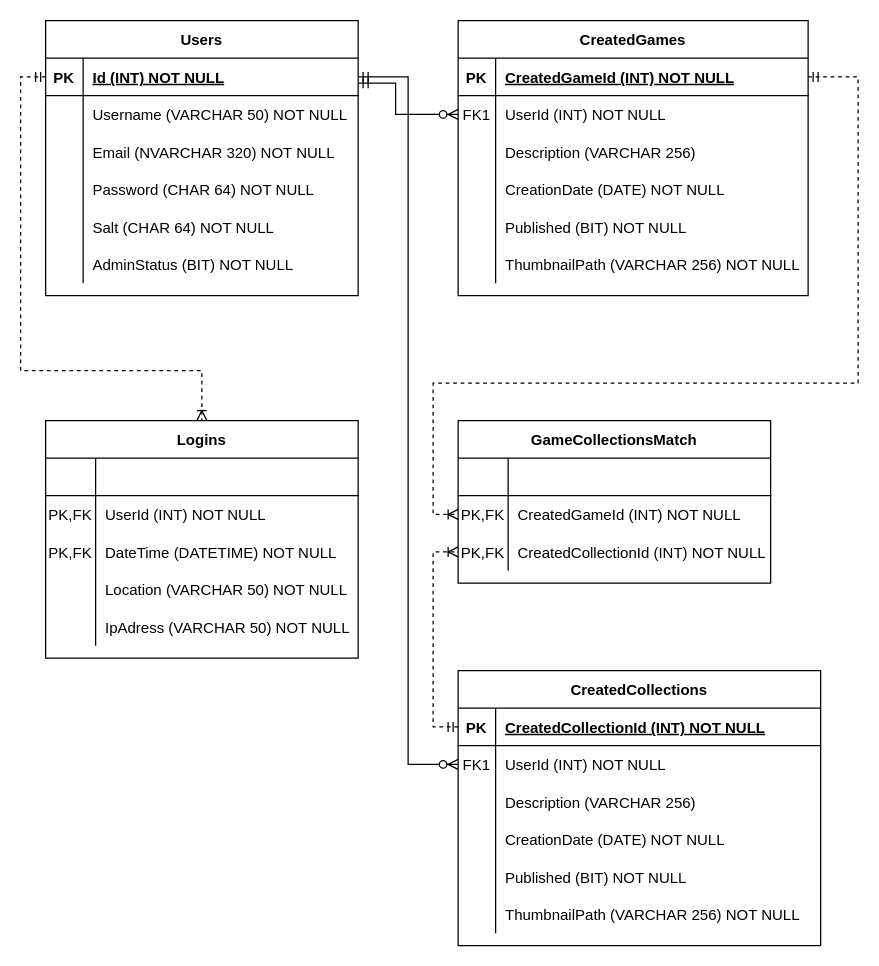
Above: HackCheck Documentatie/Designs/ERD HackCheck.drawio in Crafter2000x/Hack-Check (draw.io), before the change. Source tidied: cells renumbered, new cells numbered last; positions are measured from the earlier drawing's top-left corner, leaving out a move shared by most shapes. Both pictures are drawn from the tidied source at 125%, with x=0, y=0 at pixel (20, 20).
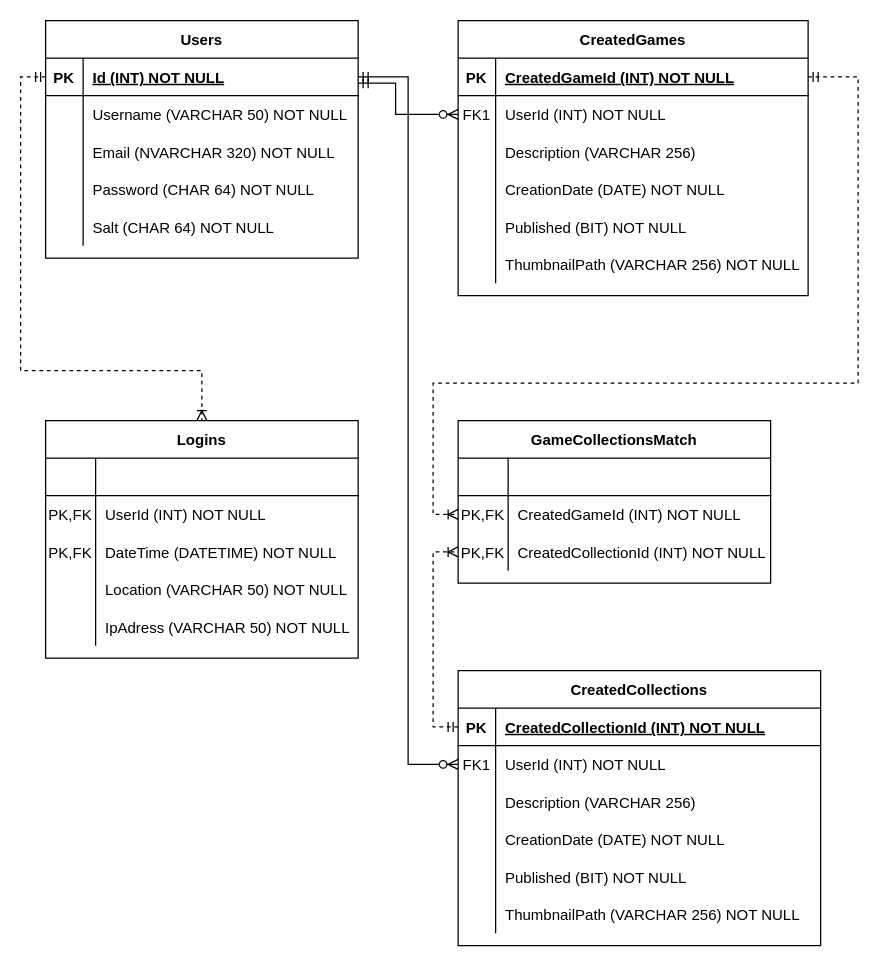
The same page after the edit.

Change to the diagram source:
```diff
@@
     <mxCell id="37" value="Users" style="shape=table;startSize=30;childLayout=tableLayout;rowLines=0;fontStyle=1;align=center;" parent="1" vertex="1">
-      <mxGeometry x="20" width="250" height="220" as="geometry" />
+      <mxGeometry x="20" width="250" height="190" as="geometry" />
     </mxCell>
@@
-    <mxCell id="53" style="shape=partialRectangle;fillColor=none;top=0;left=0;right=0;bottom=0;" parent="37" vertex="1">
-      <mxGeometry y="180" width="250" height="30" as="geometry" />
-    </mxCell>
-    <mxCell id="54" style="shape=partialRectangle;overflow=hidden;fillColor=none;top=0;left=0;bottom=0;right=0;" parent="53" vertex="1">
-      <mxGeometry width="30" height="30" as="geometry" />
-    </mxCell>
-    <mxCell id="55" value="AdminStatus (BIT) NOT NULL" style="shape=partialRectangle;overflow=hidden;fillColor=none;top=0;left=0;bottom=0;right=0;align=left;spacingLeft=6;" parent="53" vertex="1">
-      <mxGeometry x="30" width="220" height="30" as="geometry" />
-    </mxCell>
```
